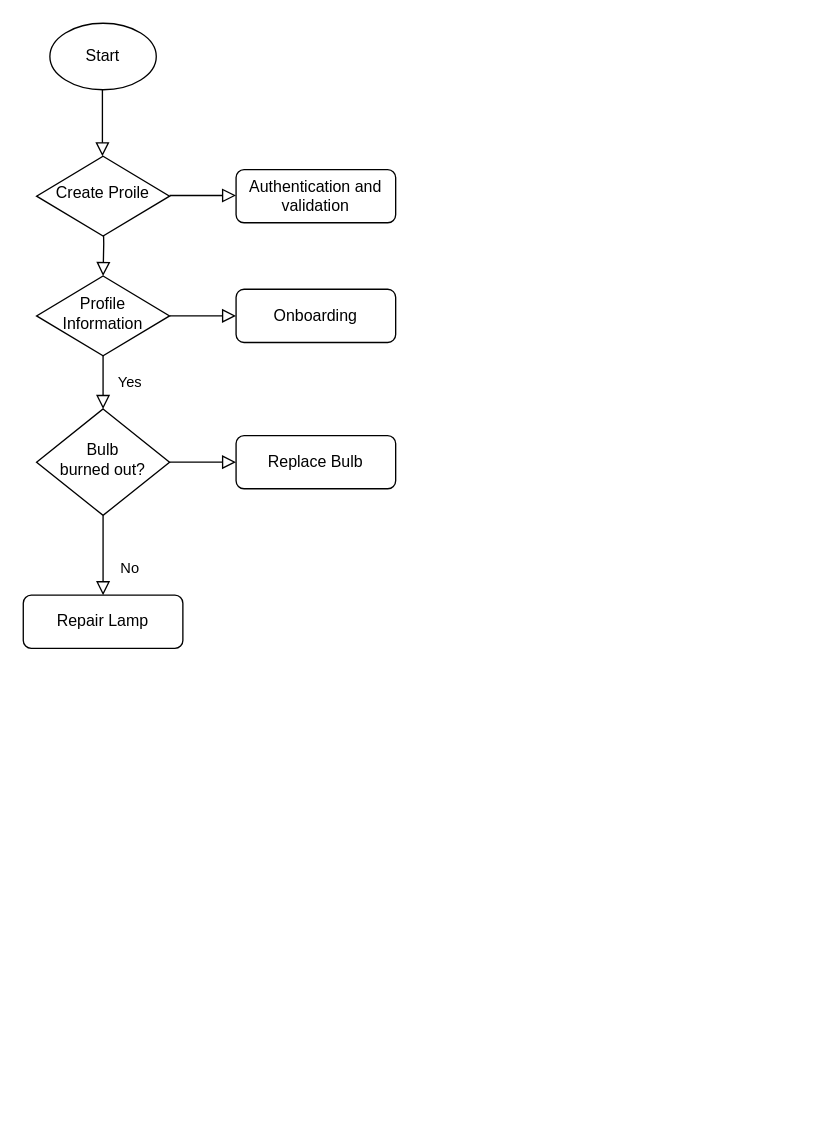
Above: Untitled Diagram.drawio in Raytme-work/Raytme (draw.io), before the change. Source tidied: cells renumbered, new cells numbered last; positions are measured from the earlier drawing's top-left corner, leaving out a move shared by most shapes. Both pictures are drawn from the tidied source at 133%, with x=0, y=0 at pixel (23, 23).
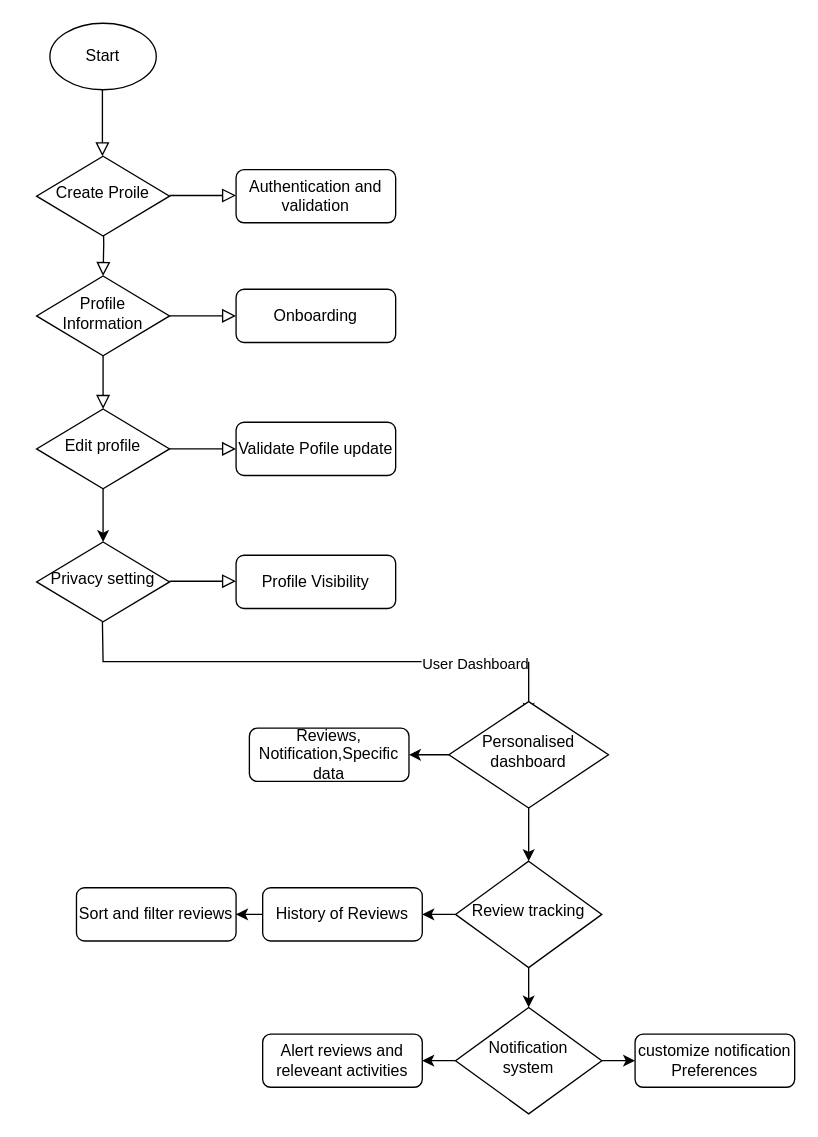
Above is the later version.

Unchanged cells that the change refers to:
```xml
<mxCell id="5" value="Profile Information" style="rhombus;whiteSpace=wrap;html=1;shadow=0;fontFamily=Helvetica;fontSize=12;align=center;strokeWidth=1;spacing=6;spacingTop=-4;" parent="1" vertex="1">
  <mxGeometry x="10" y="190" width="100" height="60" as="geometry" />
</mxCell>
```

The edit, as a diff of the source:
```diff
@@
-    <mxCell id="3" value="Yes" style="rounded=0;html=1;jettySize=auto;fontSize=11;endArrow=block;endFill=0;endSize=8;strokeWidth=1;shadow=0;labelBackgroundColor=none;edgeStyle=orthogonalEdgeStyle;" parent="1" edge="1" source="5" target="9">
+    <mxCell id="3" style="rounded=0;html=1;jettySize=auto;fontSize=11;endArrow=block;endFill=0;endSize=8;strokeWidth=1;shadow=0;labelBackgroundColor=none;edgeStyle=orthogonalEdgeStyle;" parent="1" edge="1" source="5" target="9">
       <mxGeometry y="20" relative="1" as="geometry" />
     </mxCell>
@@
-    <mxCell id="7" value="No" style="rounded=0;html=1;jettySize=auto;fontSize=11;endArrow=block;endFill=0;endSize=8;strokeWidth=1;shadow=0;labelBackgroundColor=none;edgeStyle=orthogonalEdgeStyle;" parent="1" edge="1" source="9" target="10">
-      <mxGeometry x="0.33" y="20" relative="1" as="geometry" />
-    </mxCell>
@@
-    <mxCell id="9" value="Bulb&lt;br&gt;burned out?" style="rhombus;whiteSpace=wrap;html=1;shadow=0;fontFamily=Helvetica;fontSize=12;align=center;strokeWidth=1;spacing=6;spacingTop=-4;" parent="1" vertex="1">
-      <mxGeometry x="10" y="290" width="100" height="80" as="geometry" />
+    <mxCell id="9" value="Edit profile" style="rhombus;whiteSpace=wrap;html=1;shadow=0;fontFamily=Helvetica;fontSize=12;align=center;strokeWidth=1;spacing=6;spacingTop=-4;" parent="1" vertex="1">
+      <mxGeometry x="10" y="290" width="100" height="60" as="geometry" />
     </mxCell>
-    <mxCell id="10" value="Repair Lamp" style="rounded=1;whiteSpace=wrap;html=1;fontSize=12;glass=0;strokeWidth=1;shadow=0;" parent="1" vertex="1">
-      <mxGeometry y="430" width="120" height="40" as="geometry" />
-    </mxCell>
-    <mxCell id="11" value="Replace Bulb" style="rounded=1;whiteSpace=wrap;html=1;fontSize=12;glass=0;strokeWidth=1;shadow=0;" parent="1" vertex="1">
-      <mxGeometry x="160" y="310" width="120" height="40" as="geometry" />
+    <mxCell id="11" value="Validate Pofile update" style="rounded=1;whiteSpace=wrap;html=1;fontSize=12;glass=0;strokeWidth=1;shadow=0;" parent="1" vertex="1">
+      <mxGeometry x="160" y="300" width="120" height="40" as="geometry" />
     </mxCell>
@@
+    <mxCell id="18" value="Privacy setting" style="rhombus;whiteSpace=wrap;html=1;shadow=0;fontFamily=Helvetica;fontSize=12;align=center;strokeWidth=1;spacing=6;spacingTop=-4;" parent="1" vertex="1">
+      <mxGeometry x="10" y="390" width="100" height="60" as="geometry" />
+    </mxCell>
+    <mxCell id="19" style="endArrow=classic;html=1;rounded=0;" parent="1" edge="1">
+      <mxGeometry relative="1" as="geometry">
+        <mxPoint x="60" y="350" as="sourcePoint" />
+        <mxPoint x="60" y="390" as="targetPoint" />
+      </mxGeometry>
+    </mxCell>
+    <mxCell id="20" value="Profile Visibility" style="rounded=1;whiteSpace=wrap;html=1;fontSize=12;glass=0;strokeWidth=1;shadow=0;" parent="1" vertex="1">
+      <mxGeometry x="160" y="400" width="120" height="40" as="geometry" />
+    </mxCell>
+    <mxCell id="21" style="edgeStyle=orthogonalEdgeStyle;rounded=0;html=1;jettySize=auto;orthogonalLoop=1;fontSize=11;endArrow=block;endFill=0;endSize=8;strokeWidth=1;shadow=0;labelBackgroundColor=none;" parent="1" edge="1">
+      <mxGeometry y="10" relative="1" as="geometry">
+        <mxPoint x="110" y="419.5" as="sourcePoint" />
+        <mxPoint x="160" y="419.5" as="targetPoint" />
+      </mxGeometry>
+    </mxCell>
+    <mxCell id="22" style="endArrow=classic;html=1;rounded=0;" parent="1" edge="1">
+      <mxGeometry relative="1" as="geometry">
+        <mxPoint x="59.5" y="450" as="sourcePoint" />
+        <mxPoint x="360" y="480" as="targetPoint" />
+        <Array as="points">
+          <mxPoint x="60" y="480" />
+        </Array>
+      </mxGeometry>
+    </mxCell>
+    <mxCell id="23" value="User Dashboard" style="edgeLabel;html=1;align=center;verticalAlign=middle;" parent="22" vertex="1">
+      <mxGeometry x="0.76" y="-1" relative="1" as="geometry">
+        <mxPoint x="20" as="offset" />
+      </mxGeometry>
+    </mxCell>
+    <mxCell id="24" style="edgeStyle=none;orthogonalLoop=1;jettySize=auto;html=1;rounded=0;" parent="1" edge="1">
+      <mxGeometry relative="1" as="geometry">
+        <mxPoint x="380" y="480" as="sourcePoint" />
+        <mxPoint x="380" y="520" as="targetPoint" />
+      </mxGeometry>
+    </mxCell>
+    <mxCell id="25" style="edgeStyle=orthogonalEdgeStyle;rounded=0;jettySize=auto;html=1;" parent="1" edge="1" source="27" target="28">
+      <mxGeometry relative="1" as="geometry" />
+    </mxCell>
+    <mxCell id="26" style="edgeStyle=orthogonalEdgeStyle;rounded=0;jettySize=auto;html=1;" parent="1" edge="1" source="27" target="31">
+      <mxGeometry relative="1" as="geometry" />
+    </mxCell>
+    <mxCell id="27" value="Personalised dashboard" style="rhombus;whiteSpace=wrap;html=1;shadow=0;fontFamily=Helvetica;fontSize=12;align=center;strokeWidth=1;spacing=6;spacingTop=-4;" parent="1" vertex="1">
+      <mxGeometry x="320" y="510" width="120" height="80" as="geometry" />
+    </mxCell>
+    <mxCell id="28" value="Reviews, Notification,Specific data" style="rounded=1;whiteSpace=wrap;html=1;fontSize=12;glass=0;strokeWidth=1;shadow=0;" parent="1" vertex="1">
+      <mxGeometry x="170" y="530" width="120" height="40" as="geometry" />
+    </mxCell>
+    <mxCell id="29" style="edgeStyle=orthogonalEdgeStyle;rounded=0;jettySize=auto;html=1;" parent="1" edge="1" source="31" target="33">
+      <mxGeometry relative="1" as="geometry" />
+    </mxCell>
+    <mxCell id="30" style="edgeStyle=orthogonalEdgeStyle;rounded=0;jettySize=auto;html=1;" parent="1" edge="1" source="31" target="37">
+      <mxGeometry relative="1" as="geometry" />
+    </mxCell>
+    <mxCell id="31" value="Review tracking" style="rhombus;whiteSpace=wrap;html=1;shadow=0;fontFamily=Helvetica;fontSize=12;align=center;strokeWidth=1;spacing=6;spacingTop=-4;" parent="1" vertex="1">
+      <mxGeometry x="325" y="630" width="110" height="80" as="geometry" />
+    </mxCell>
+    <mxCell id="32" style="edgeStyle=orthogonalEdgeStyle;rounded=0;jettySize=auto;html=1;" parent="1" edge="1" source="33" target="34">
+      <mxGeometry relative="1" as="geometry" />
+    </mxCell>
+    <mxCell id="33" value="History of Reviews" style="rounded=1;whiteSpace=wrap;html=1;fontSize=12;glass=0;strokeWidth=1;shadow=0;" parent="1" vertex="1">
+      <mxGeometry x="180" y="650" width="120" height="40" as="geometry" />
+    </mxCell>
+    <mxCell id="34" value="Sort and filter reviews" style="rounded=1;whiteSpace=wrap;html=1;fontSize=12;glass=0;strokeWidth=1;shadow=0;" parent="1" vertex="1">
+      <mxGeometry x="40" y="650" width="120" height="40" as="geometry" />
+    </mxCell>
+    <mxCell id="35" style="edgeStyle=orthogonalEdgeStyle;rounded=0;jettySize=auto;html=1;" parent="1" edge="1" source="37" target="38">
+      <mxGeometry relative="1" as="geometry" />
+    </mxCell>
+    <mxCell id="36" style="edgeStyle=orthogonalEdgeStyle;rounded=0;jettySize=auto;html=1;" parent="1" edge="1" source="37" target="39">
+      <mxGeometry relative="1" as="geometry" />
+    </mxCell>
+    <mxCell id="37" value="Notification system" style="rhombus;whiteSpace=wrap;html=1;shadow=0;fontFamily=Helvetica;fontSize=12;align=center;strokeWidth=1;spacing=6;spacingTop=-4;" parent="1" vertex="1">
+      <mxGeometry x="325" y="740" width="110" height="80" as="geometry" />
+    </mxCell>
+    <mxCell id="38" value="Alert reviews and releveant activities" style="rounded=1;whiteSpace=wrap;html=1;fontSize=12;glass=0;strokeWidth=1;shadow=0;" parent="1" vertex="1">
+      <mxGeometry x="180" y="760" width="120" height="40" as="geometry" />
+    </mxCell>
+    <mxCell id="39" value="customize notification Preferences" style="rounded=1;whiteSpace=wrap;html=1;fontSize=12;glass=0;strokeWidth=1;shadow=0;" parent="1" vertex="1">
+      <mxGeometry x="460" y="760" width="120" height="40" as="geometry" />
+    </mxCell>
```
